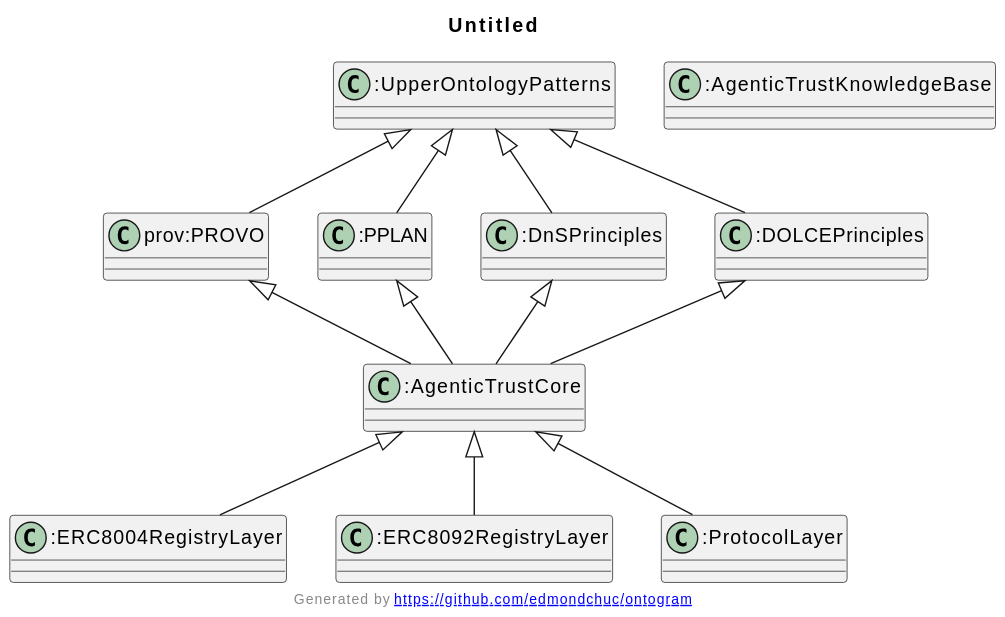
This is docs/ontology/images/sections/overview-stack.svg from Agentic-Trust-Layer/agent-explorer, a PlantUML export, as it was before one commit. Its diagram source:
```plantuml
@startuml
title Untitled
":UpperOntologyPatterns" <|-- "prov:PROVO"
":UpperOntologyPatterns" <|-- ":PPLAN"
":UpperOntologyPatterns" <|-- ":DnSPrinciples"
":UpperOntologyPatterns" <|-- ":DOLCEPrinciples"
"prov:PROVO" <|-- ":AgenticTrustCore"
":PPLAN" <|-- ":AgenticTrustCore"
":DnSPrinciples" <|-- ":AgenticTrustCore"
":DOLCEPrinciples" <|-- ":AgenticTrustCore"
":AgenticTrustCore" <|-- ":ERC8004RegistryLayer"
":AgenticTrustCore" <|-- ":ERC8092RegistryLayer"
":AgenticTrustCore" <|-- ":ProtocolLayer"
Class ":UpperOntologyPatterns" [[https://www.agentictrust.io/ontology/agentictrust#UpperOntologyPatterns]] {
}
Class "prov:PROVO" [[http://www.w3.org/ns/prov#PROVO]] {
}
Class ":PPLAN" [[http://purl.org/net/p-plan#PPLAN]] {
}
Class ":DnSPrinciples" [[https://www.agentictrust.io/ontology/agentictrust#DnSPrinciples]] {
}
Class ":DOLCEPrinciples" [[https://www.agentictrust.io/ontology/agentictrust#DOLCEPrinciples]] {
}
Class ":AgenticTrustCore" [[https://www.agentictrust.io/ontology/agentictrust#AgenticTrustCore]] {
}
Class ":ERC8004RegistryLayer" [[https://www.agentictrust.io/ontology/ERC8004#ERC8004RegistryLayer]] {
}
Class ":ERC8092RegistryLayer" [[https://www.agentictrust.io/ontology/ERC8092#ERC8092RegistryLayer]] {
}
Class ":ProtocolLayer" [[https://www.agentictrust.io/ontology/agentictrust#ProtocolLayer]] {
}
Class ":AgenticTrustKnowledgeBase" [[https://www.agentictrust.io/ontology/agentictrust#AgenticTrustKnowledgeBase]] {
}
center footer Generated by [[https://github.com/edmondchuc/ontogram https://github.com/edmondchuc/ontogram]]
@enduml
```
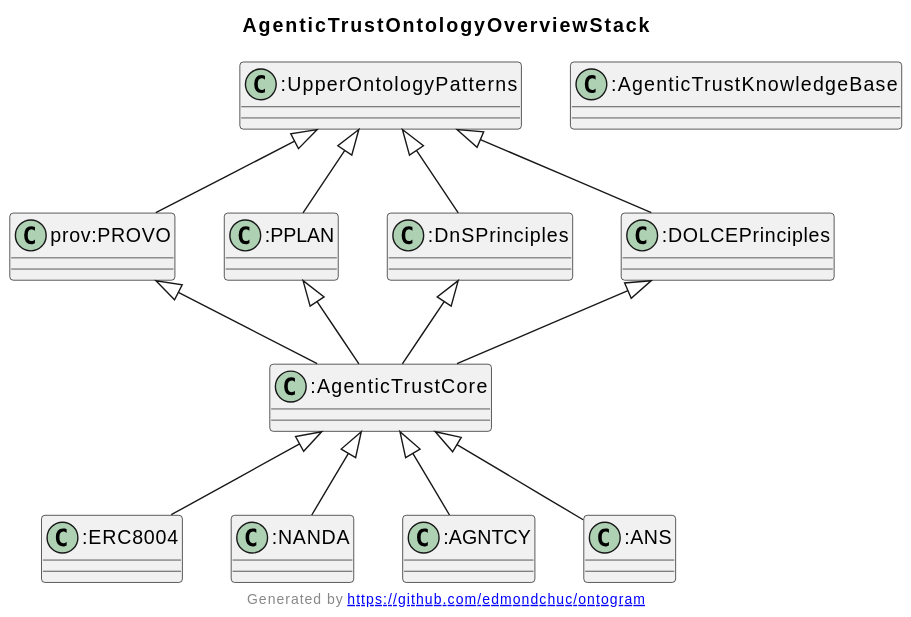
Above is the later version.

Diff of the diagram source:
```diff
@@ -1,5 +1,5 @@
 @startuml
-title Untitled
+title AgenticTrustOntologyOverviewStack
 ":UpperOntologyPatterns" <|-- "prov:PROVO"
 ":UpperOntologyPatterns" <|-- ":PPLAN"
 ":UpperOntologyPatterns" <|-- ":DnSPrinciples"
@@ -8,9 +8,10 @@
 ":PPLAN" <|-- ":AgenticTrustCore"
 ":DnSPrinciples" <|-- ":AgenticTrustCore"
 ":DOLCEPrinciples" <|-- ":AgenticTrustCore"
-":AgenticTrustCore" <|-- ":ERC8004RegistryLayer"
-":AgenticTrustCore" <|-- ":ERC8092RegistryLayer"
-":AgenticTrustCore" <|-- ":ProtocolLayer"
+":AgenticTrustCore" <|-- ":ERC8004"
+":AgenticTrustCore" <|-- ":NANDA"
+":AgenticTrustCore" <|-- ":AGNTCY"
+":AgenticTrustCore" <|-- ":ANS"
 Class ":UpperOntologyPatterns" [[https://www.agentictrust.io/ontology/agentictrust#UpperOntologyPatterns]] {
 }
 Class "prov:PROVO" [[http://www.w3.org/ns/prov#PROVO]] {
@@ -23,11 +24,13 @@
 }
 Class ":AgenticTrustCore" [[https://www.agentictrust.io/ontology/agentictrust#AgenticTrustCore]] {
 }
-Class ":ERC8004RegistryLayer" [[https://www.agentictrust.io/ontology/ERC8004#ERC8004RegistryLayer]] {
+Class ":ERC8004" [[https://www.agentictrust.io/ontology/agentictrust#ERC8004]] {
 }
-Class ":ERC8092RegistryLayer" [[https://www.agentictrust.io/ontology/ERC8092#ERC8092RegistryLayer]] {
+Class ":NANDA" [[https://www.agentictrust.io/ontology/agentictrust#NANDA]] {
 }
-Class ":ProtocolLayer" [[https://www.agentictrust.io/ontology/agentictrust#ProtocolLayer]] {
+Class ":AGNTCY" [[https://www.agentictrust.io/ontology/agentictrust#AGNTCY]] {
+}
+Class ":ANS" [[https://www.agentictrust.io/ontology/agentictrust#ANS]] {
 }
 Class ":AgenticTrustKnowledgeBase" [[https://www.agentictrust.io/ontology/agentictrust#AgenticTrustKnowledgeBase]] {
 }
```
